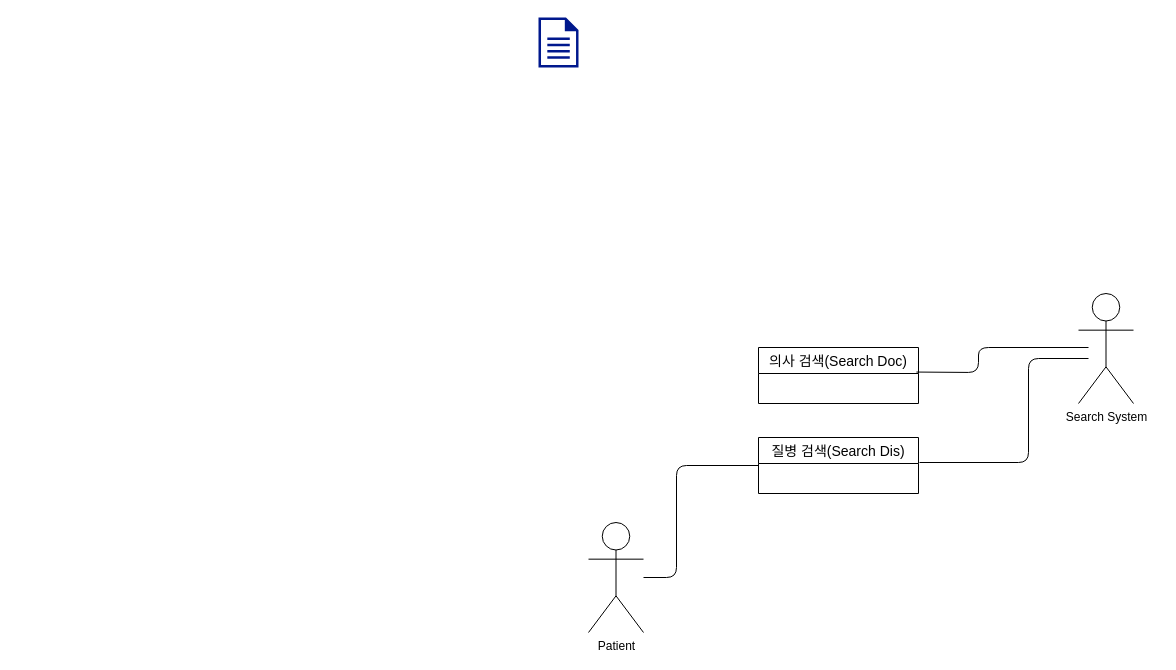
This is patient/search.drawio from yhb1834/Smart-Health-Prediction-System, a draw.io file, before an edit. Source tidied: cells renumbered, new cells numbered last; positions are measured from the earlier drawing's top-left corner, leaving out a move shared by most shapes. Both pictures are drawn from the tidied source at 100%, with x=0, y=0 at pixel (538, 17). Pictures stored in the file or linked from it are replaced by grey dashed boxes.
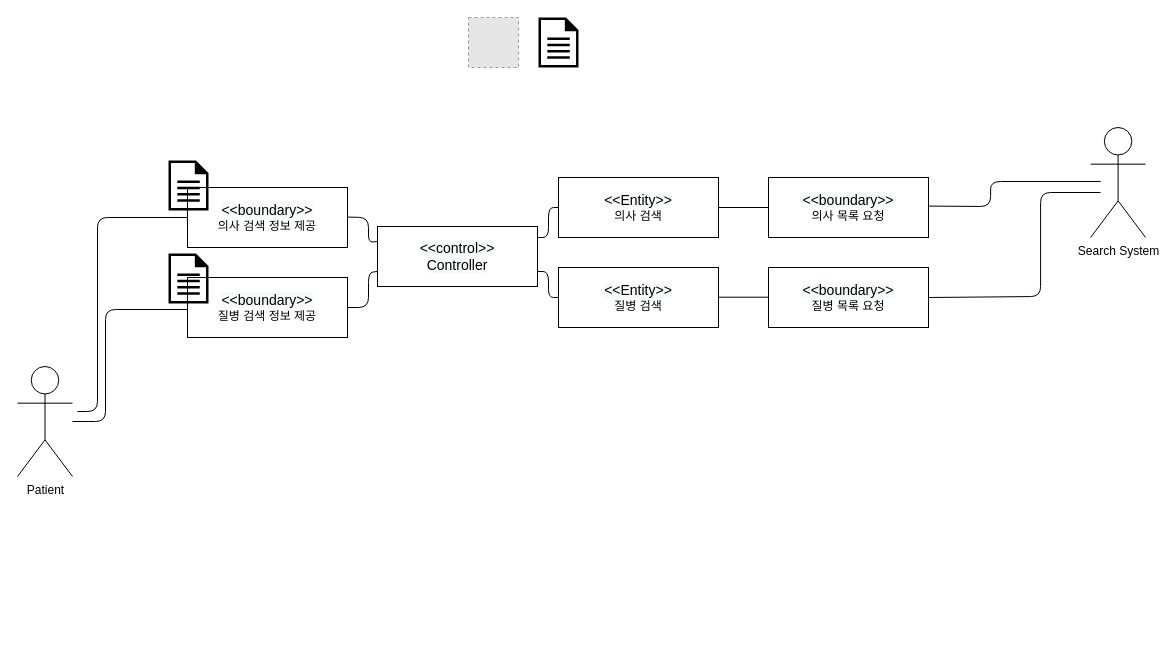
Above is the later version.

Diff of the diagram source:
```diff
@@
     <mxCell id="2" value="Patient" style="shape=umlActor;verticalLabelPosition=bottom;verticalAlign=top;html=1;outlineConnect=0;" parent="1" vertex="1">
-      <mxGeometry x="50" y="505" width="55" height="110" as="geometry" />
+      <mxGeometry x="-521" y="349" width="55" height="110" as="geometry" />
     </mxCell>
     <mxCell id="3" value="Search System" style="shape=umlActor;verticalLabelPosition=bottom;verticalAlign=top;html=1;" parent="1" vertex="1">
-      <mxGeometry x="540" y="276" width="55" height="110" as="geometry" />
+      <mxGeometry x="552.1" y="110" width="55" height="110" as="geometry" />
     </mxCell>
-    <mxCell id="4" style="shadow=0;dashed=0;html=1;strokeColor=none;labelPosition=center;verticalLabelPosition=bottom;verticalAlign=top;align=center;fillColor=#00188D;shape=mxgraph.mscae.enterprise.document;" parent="1" vertex="1">
+    <mxCell id="4" style="shadow=0;dashed=0;html=1;strokeColor=none;labelPosition=center;verticalLabelPosition=bottom;verticalAlign=top;align=center;fillColor=#000000;shape=mxgraph.mscae.enterprise.document;" parent="1" vertex="1">
       <mxGeometry width="40" height="50" as="geometry" />
     </mxCell>
-    <mxCell id="5" value="의사 검색(Search Doc)" style="swimlane;fontStyle=0;horizontal=1;startSize=26;align=center;fontSize=14;" parent="1" vertex="1">
-      <mxGeometry x="220" y="330" width="160" height="56" as="geometry" />
-    </mxCell>
-    <mxCell id="6" value=" " style="text;strokeColor=none;fillColor=none;spacingLeft=4;spacingRight=4;overflow=hidden;points=[[0,0.5],[1,0.5]];portConstraint=eastwest;fontSize=12;" parent="5" vertex="1">
-      <mxGeometry y="26" width="160" height="30" as="geometry" />
-    </mxCell>
-    <mxCell id="7" value="질병 검색(Search Dis)" style="swimlane;fontStyle=0;horizontal=1;startSize=26;align=center;fontSize=14;" parent="1" vertex="1">
-      <mxGeometry x="220" y="420" width="160" height="56" as="geometry" />
-    </mxCell>
-    <mxCell id="8" value=" " style="text;strokeColor=none;fillColor=none;spacingLeft=4;spacingRight=4;overflow=hidden;fontSize=12;" parent="7" vertex="1">
-      <mxGeometry y="26" width="160" height="30" as="geometry" />
-    </mxCell>
-    <mxCell id="9" style="endArrow=none;html=1;exitX=0;exitY=0.5;exitDx=0;exitDy=0;" parent="1" edge="1" source="7" target="2">
+    <mxCell id="9" style="endArrow=none;html=1;exitX=0;exitY=0.5;exitDx=0;exitDy=0;" parent="1" edge="1" target="2">
       <mxGeometry relative="1" as="geometry">
+        <mxPoint x="-351" y="292" as="sourcePoint" />
         <Array as="points">
-          <mxPoint x="138" y="448" />
-          <mxPoint x="138" y="560" />
+          <mxPoint x="-433" y="292" />
+          <mxPoint x="-433" y="404" />
         </Array>
       </mxGeometry>
     </mxCell>
-    <mxCell id="10" style="endArrow=none;html=1;" parent="1" edge="1">
+    <mxCell id="10" style="endArrow=none;html=1;exitX=1;exitY=0.5;exitDx=0;exitDy=0;" parent="1" edge="1" source="17">
       <mxGeometry relative="1" as="geometry">
-        <mxPoint x="381" y="445" as="sourcePoint" />
-        <mxPoint x="550" y="341" as="targetPoint" />
+        <mxPoint x="562" y="175" as="targetPoint" />
         <Array as="points">
-          <mxPoint x="490" y="445" />
-          <mxPoint x="490" y="341" />
+          <mxPoint x="502.1" y="279" />
+          <mxPoint x="502.1" y="175" />
         </Array>
       </mxGeometry>
     </mxCell>
-    <mxCell id="11" style="endArrow=none;html=1;exitX=0.987;exitY=-0.048;exitDx=0;exitDy=0;exitPerimeter=0;" parent="1" edge="1" source="6">
+    <mxCell id="11" style="endArrow=none;html=1;exitX=0.987;exitY=-0.048;exitDx=0;exitDy=0;exitPerimeter=0;" parent="1" edge="1">
       <mxGeometry relative="1" as="geometry">
-        <mxPoint x="550" y="330" as="targetPoint" />
+        <mxPoint x="390" y="188.6" as="sourcePoint" />
+        <mxPoint x="562.1" y="164" as="targetPoint" />
         <Array as="points">
-          <mxPoint x="440" y="355" />
-          <mxPoint x="440" y="330" />
+          <mxPoint x="452.1" y="189" />
+          <mxPoint x="452.1" y="164" />
         </Array>
       </mxGeometry>
     </mxCell>
+    <mxCell id="12" value="&#10;&#10;&lt;span style=&quot;color: rgb(0, 0, 0); font-family: helvetica; font-size: 14px; font-style: normal; font-weight: 400; letter-spacing: normal; text-align: center; text-indent: 0px; text-transform: none; word-spacing: 0px; background-color: rgb(248, 249, 250); display: inline; float: none;&quot;&gt;&amp;lt;&amp;lt;control&amp;gt;&amp;gt;&lt;/span&gt;&lt;br style=&quot;padding: 0px; margin: 0px; color: rgb(0, 0, 0); font-family: helvetica; font-size: 14px; font-style: normal; font-weight: 400; letter-spacing: normal; text-align: center; text-indent: 0px; text-transform: none; word-spacing: 0px; background-color: rgb(248, 249, 250);&quot;&gt;&lt;span style=&quot;color: rgb(0, 0, 0); font-family: helvetica; font-size: 14px; font-style: normal; font-weight: 400; letter-spacing: normal; text-align: center; text-indent: 0px; text-transform: none; word-spacing: 0px; background-color: rgb(248, 249, 250); display: inline; float: none;&quot;&gt;Controller&lt;/span&gt;&#10;&#10;" style="rounded=0;whiteSpace=wrap;html=1;" parent="1" vertex="1">
+      <mxGeometry x="-161" y="209" width="160" height="60" as="geometry" />
+    </mxCell>
+    <mxCell id="13" value="&lt;span style=&quot;color: rgb(0 , 0 , 0) ; font-family: &amp;#34;helvetica&amp;#34; ; font-size: 14px ; font-style: normal ; font-weight: 400 ; letter-spacing: normal ; text-align: center ; text-indent: 0px ; text-transform: none ; word-spacing: 0px ; background-color: rgb(248 , 249 , 250) ; display: inline ; float: none&quot;&gt;&amp;lt;&amp;lt;boundary&amp;gt;&amp;gt;&lt;br&gt;&lt;/span&gt;의사 목록 요청" style="rounded=0;whiteSpace=wrap;html=1;" parent="1" vertex="1">
+      <mxGeometry x="230" y="160" width="160" height="60" as="geometry" />
+    </mxCell>
+    <mxCell id="14" value="&lt;span style=&quot;color: rgb(0 , 0 , 0) ; font-family: &amp;#34;helvetica&amp;#34; ; font-size: 14px ; font-style: normal ; font-weight: 400 ; letter-spacing: normal ; text-align: center ; text-indent: 0px ; text-transform: none ; word-spacing: 0px ; background-color: rgb(248 , 249 , 250) ; display: inline ; float: none&quot;&gt;&amp;lt;&amp;lt;Entity&amp;gt;&amp;gt;&lt;br&gt;&lt;/span&gt;의사 검색" style="rounded=0;whiteSpace=wrap;html=1;" parent="1" vertex="1">
+      <mxGeometry x="20" y="160" width="160" height="60" as="geometry" />
+    </mxCell>
+    <mxCell id="15" value="&lt;span style=&quot;color: rgb(0 , 0 , 0) ; font-family: &amp;#34;helvetica&amp;#34; ; font-size: 14px ; font-style: normal ; font-weight: 400 ; letter-spacing: normal ; text-align: center ; text-indent: 0px ; text-transform: none ; word-spacing: 0px ; background-color: rgb(248 , 249 , 250) ; display: inline ; float: none&quot;&gt;&amp;lt;&amp;lt;Entity&amp;gt;&amp;gt;&lt;br&gt;&lt;/span&gt;질병 검색" style="rounded=0;whiteSpace=wrap;html=1;" parent="1" vertex="1">
+      <mxGeometry x="20" y="250" width="160" height="60" as="geometry" />
+    </mxCell>
+    <mxCell id="16" style="endArrow=none;html=1;exitX=0;exitY=0.5;exitDx=0;exitDy=0;" parent="1" edge="1">
+      <mxGeometry relative="1" as="geometry">
+        <mxPoint x="-351" y="200" as="sourcePoint" />
+        <mxPoint x="-461" y="394" as="targetPoint" />
+        <Array as="points">
+          <mxPoint x="-441" y="200" />
+          <mxPoint x="-441" y="394" />
+        </Array>
+      </mxGeometry>
+    </mxCell>
+    <mxCell id="17" value="&lt;span style=&quot;color: rgb(0 , 0 , 0) ; font-family: &amp;#34;helvetica&amp;#34; ; font-size: 14px ; font-style: normal ; font-weight: 400 ; letter-spacing: normal ; text-align: center ; text-indent: 0px ; text-transform: none ; word-spacing: 0px ; background-color: rgb(248 , 249 , 250) ; display: inline ; float: none&quot;&gt;&amp;lt;&amp;lt;boundary&amp;gt;&amp;gt;&lt;br&gt;&lt;/span&gt;질병 목록 요청" style="rounded=0;whiteSpace=wrap;html=1;" parent="1" vertex="1">
+      <mxGeometry x="230" y="250" width="160" height="60" as="geometry" />
+    </mxCell>
+    <mxCell id="18" style="endArrow=none;html=1;exitX=1;exitY=0.5;exitDx=0;exitDy=0;entryX=0;entryY=0.5;entryDx=0;entryDy=0;" parent="1" edge="1" source="14" target="13">
+      <mxGeometry relative="1" as="geometry" />
+    </mxCell>
+    <mxCell id="19" style="endArrow=none;html=1;exitX=1;exitY=0.5;exitDx=0;exitDy=0;entryX=0;entryY=0.5;entryDx=0;entryDy=0;" parent="1" edge="1">
+      <mxGeometry relative="1" as="geometry">
+        <mxPoint x="180" y="279.7" as="sourcePoint" />
+        <mxPoint x="230" y="279.7" as="targetPoint" />
+      </mxGeometry>
+    </mxCell>
+    <mxCell id="20" value="&lt;span style=&quot;color: rgb(0 , 0 , 0) ; font-family: &amp;#34;helvetica&amp;#34; ; font-size: 14px ; font-style: normal ; font-weight: 400 ; letter-spacing: normal ; text-align: center ; text-indent: 0px ; text-transform: none ; word-spacing: 0px ; background-color: rgb(248 , 249 , 250) ; display: inline ; float: none&quot;&gt;&amp;lt;&amp;lt;boundary&amp;gt;&amp;gt;&lt;br&gt;&lt;/span&gt;의사 검색 정보 제공" style="rounded=0;whiteSpace=wrap;html=1;" parent="1" vertex="1">
+      <mxGeometry x="-351" y="170" width="160" height="60" as="geometry" />
+    </mxCell>
+    <mxCell id="21" value="&lt;span style=&quot;color: rgb(0 , 0 , 0) ; font-family: &amp;#34;helvetica&amp;#34; ; font-size: 14px ; font-style: normal ; font-weight: 400 ; letter-spacing: normal ; text-align: center ; text-indent: 0px ; text-transform: none ; word-spacing: 0px ; background-color: rgb(248 , 249 , 250) ; display: inline ; float: none&quot;&gt;&amp;lt;&amp;lt;boundary&amp;gt;&amp;gt;&lt;br&gt;&lt;/span&gt;질병 검색 정보 제공" style="rounded=0;whiteSpace=wrap;html=1;" parent="1" vertex="1">
+      <mxGeometry x="-351" y="260" width="160" height="60" as="geometry" />
+    </mxCell>
+    <mxCell id="22" style="fillColor=#E6E6E6;strokeColor=#999999;dashed=1;html=1;verticalAlign=top;verticalLabelPosition=bottom;labelBackgroundColor=#ffffff;" parent="1" vertex="1">
+      <mxGeometry x="-70" width="50" height="50" as="geometry" />
+    </mxCell>
+    <mxCell id="23" style="endArrow=none;html=1;exitX=1;exitY=0.5;exitDx=0;exitDy=0;entryX=0;entryY=0.25;entryDx=0;entryDy=0;" parent="1" edge="1" target="12">
+      <mxGeometry relative="1" as="geometry">
+        <mxPoint x="-191" y="199.6" as="sourcePoint" />
+        <Array as="points">
+          <mxPoint x="-170" y="200" />
+          <mxPoint x="-170" y="225" />
+        </Array>
+      </mxGeometry>
+    </mxCell>
+    <mxCell id="24" style="endArrow=none;html=1;exitX=1;exitY=0.5;exitDx=0;exitDy=0;entryX=0;entryY=0.75;entryDx=0;entryDy=0;" parent="1" edge="1" source="21" target="12">
+      <mxGeometry relative="1" as="geometry">
+        <Array as="points">
+          <mxPoint x="-170" y="290" />
+          <mxPoint x="-170" y="255" />
+        </Array>
+      </mxGeometry>
+    </mxCell>
+    <mxCell id="25" style="endArrow=none;html=1;exitX=1;exitY=0.5;exitDx=0;exitDy=0;entryX=0;entryY=0.5;entryDx=0;entryDy=0;" parent="1" edge="1" target="14">
+      <mxGeometry relative="1" as="geometry">
+        <mxPoint x="-1" y="220" as="sourcePoint" />
+        <Array as="points">
+          <mxPoint x="10" y="220" />
+          <mxPoint x="10" y="190" />
+        </Array>
+      </mxGeometry>
+    </mxCell>
+    <mxCell id="26" style="endArrow=none;html=1;exitX=1;exitY=0.75;exitDx=0;exitDy=0;entryX=0;entryY=0.5;entryDx=0;entryDy=0;" parent="1" edge="1" source="12" target="15">
+      <mxGeometry relative="1" as="geometry">
+        <Array as="points">
+          <mxPoint x="10" y="254" />
+          <mxPoint x="10" y="280" />
+        </Array>
+      </mxGeometry>
+    </mxCell>
+    <mxCell id="27" style="shadow=0;dashed=0;html=1;strokeColor=none;labelPosition=center;verticalLabelPosition=bottom;verticalAlign=top;align=center;fillColor=#000000;shape=mxgraph.mscae.enterprise.document;" parent="1" vertex="1">
+      <mxGeometry x="-370" y="143" width="40" height="50" as="geometry" />
+    </mxCell>
+    <mxCell id="28" style="shadow=0;dashed=0;html=1;strokeColor=none;labelPosition=center;verticalLabelPosition=bottom;verticalAlign=top;align=center;fillColor=#000000;shape=mxgraph.mscae.enterprise.document;" parent="1" vertex="1">
+      <mxGeometry x="-370" y="236" width="40" height="50" as="geometry" />
+    </mxCell>
```
